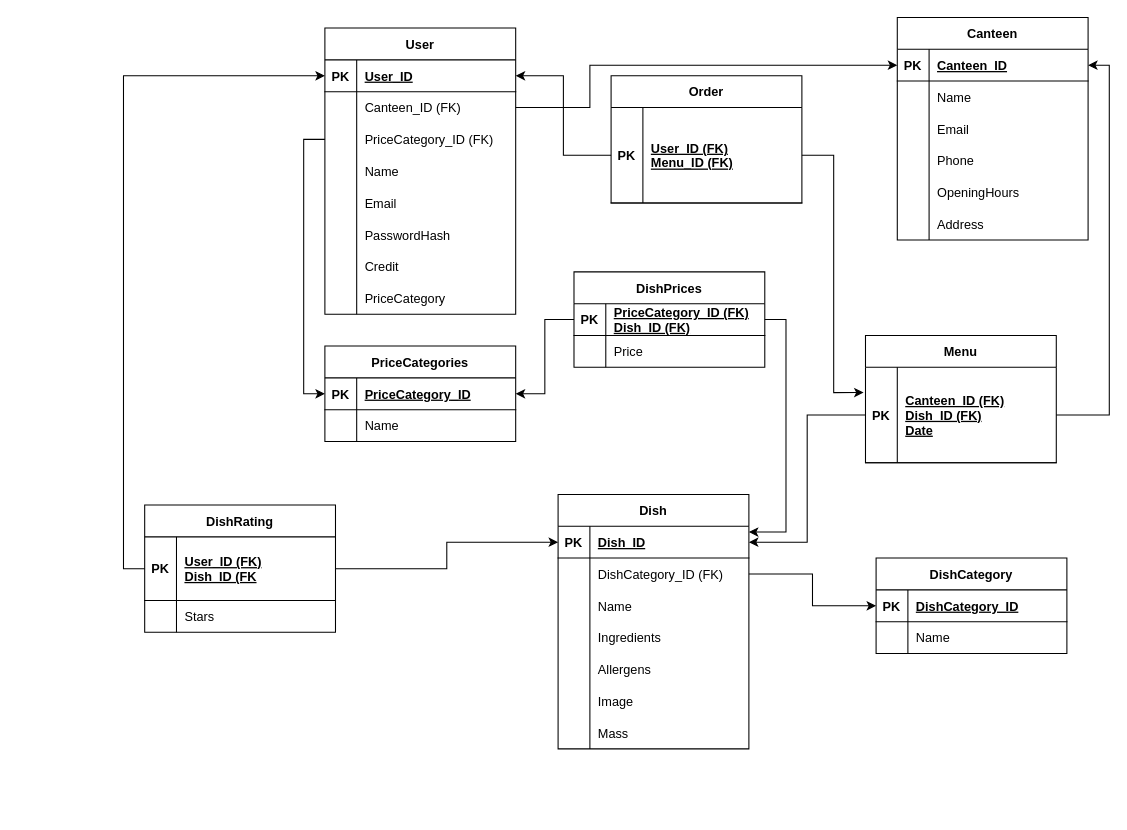
Before: backend/schema_databaze.drawio in MarekHavel/ITU, a draw.io diagram. Source tidied: cells renumbered, new cells numbered last; positions are measured from the earlier drawing's top-left corner, leaving out a move shared by most shapes. Both pictures are drawn from the tidied source at 106%, with x=0, y=0 at pixel (144, 17).
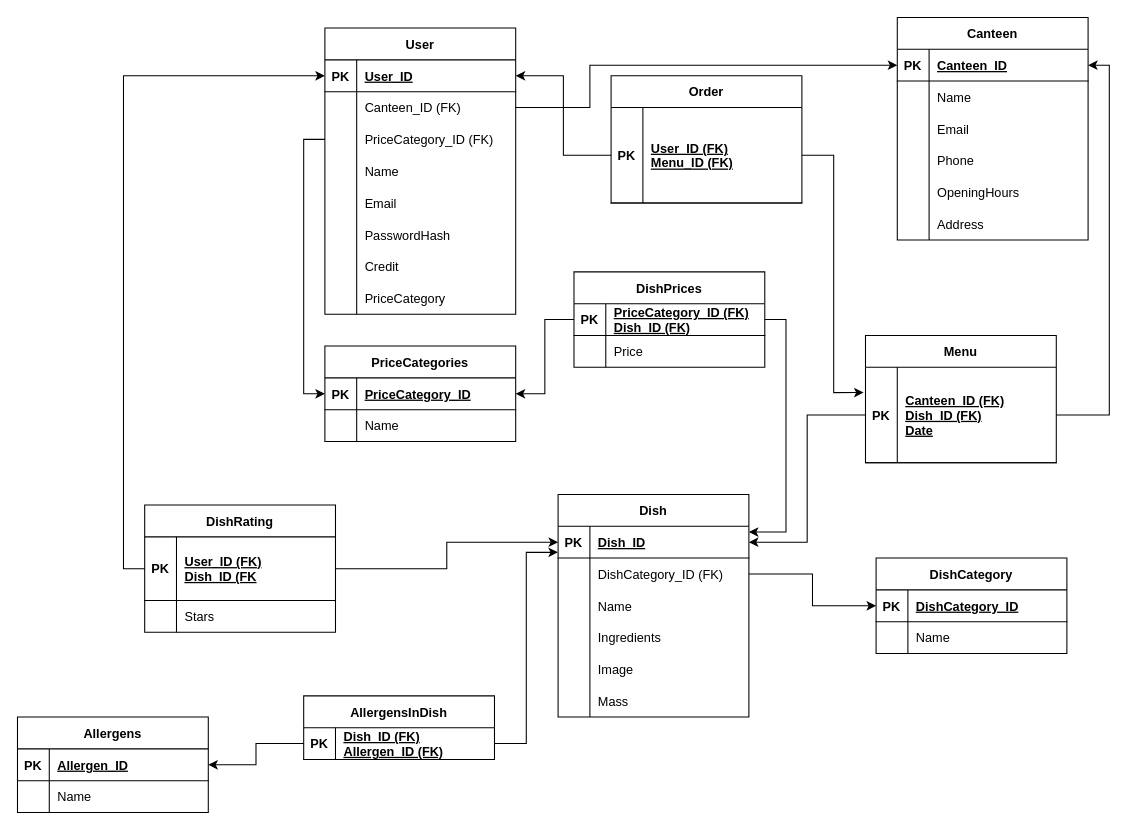
The same page after the edit.

Commit message:
Update schéma databáze, aby reflektovala současný stav

The change refers to these unchanged cells:
```xml
<mxCell id="47" style="shape=tableRow;horizontal=0;startSize=0;swimlaneHead=0;swimlaneBody=0;fillColor=none;points=[[0,0.5],[1,0.5]];portConstraint=eastwest;top=0;left=0;right=0;bottom=1;" parent="46" vertex="1">
  <mxGeometry y="30" width="180" height="30" as="geometry" />
</mxCell>
```

What changed in the source:
```diff
@@
     <mxCell id="46" value="Dish" style="shape=table;startSize=30;childLayout=tableLayout;rowLines=0;fontStyle=1;align=center;" parent="1" vertex="1">
-      <mxGeometry x="390" y="450" width="180" height="240" as="geometry" />
+      <mxGeometry x="390" y="450" width="180" height="210" as="geometry" />
     </mxCell>
@@
-    <mxCell id="59" style="shape=tableRow;horizontal=0;startSize=0;swimlaneHead=0;swimlaneBody=0;fillColor=none;top=0;left=0;right=0;bottom=0;" parent="46" vertex="1">
-      <mxGeometry y="150" width="180" height="30" as="geometry" />
-    </mxCell>
-    <mxCell id="60" style="shape=partialRectangle;fillColor=none;top=0;left=0;bottom=0;right=0;overflow=hidden;" parent="59" vertex="1">
-      <mxGeometry width="30" height="30" as="geometry" />
-    </mxCell>
-    <mxCell id="61" value="Allergens" style="shape=partialRectangle;fillColor=none;top=0;left=0;bottom=0;right=0;align=left;spacingLeft=6;overflow=hidden;" parent="59" vertex="1">
-      <mxGeometry x="30" width="150" height="30" as="geometry" />
-    </mxCell>
     <mxCell id="62" style="shape=tableRow;horizontal=0;startSize=0;swimlaneHead=0;swimlaneBody=0;fillColor=none;top=0;left=0;right=0;bottom=0;" parent="46" vertex="1">
-      <mxGeometry y="180" width="180" height="30" as="geometry" />
+      <mxGeometry y="150" width="180" height="30" as="geometry" />
     </mxCell>
@@
     <mxCell id="65" style="shape=tableRow;horizontal=0;startSize=0;swimlaneHead=0;swimlaneBody=0;fillColor=none;top=0;left=0;right=0;bottom=0;" parent="46" vertex="1">
-      <mxGeometry y="210" width="180" height="30" as="geometry" />
+      <mxGeometry y="180" width="180" height="30" as="geometry" />
     </mxCell>
@@
+    <mxCell id="61" value="Allergens" style="shape=table;startSize=30;childLayout=tableLayout;rowLines=0;fontStyle=1;align=center;" parent="1" vertex="1">
+      <mxGeometry x="-120" y="660" width="180" height="90" as="geometry" />
+    </mxCell>
+    <mxCell id="116" style="shape=tableRow;horizontal=0;startSize=0;swimlaneHead=0;swimlaneBody=0;fillColor=none;points=[[0,0.5],[1,0.5]];portConstraint=eastwest;top=0;left=0;right=0;bottom=1;" parent="61" vertex="1">
+      <mxGeometry y="30" width="180" height="30" as="geometry" />
+    </mxCell>
+    <mxCell id="117" value="PK" style="shape=partialRectangle;fillColor=none;top=0;left=0;bottom=0;right=0;fontStyle=1;overflow=hidden;" parent="116" vertex="1">
+      <mxGeometry width="30" height="30" as="geometry" />
+    </mxCell>
+    <mxCell id="118" value="Allergen_ID" style="shape=partialRectangle;fillColor=none;top=0;left=0;bottom=0;right=0;align=left;spacingLeft=6;fontStyle=5;overflow=hidden;" parent="116" vertex="1">
+      <mxGeometry x="30" width="150" height="30" as="geometry" />
+    </mxCell>
+    <mxCell id="119" style="shape=tableRow;horizontal=0;startSize=0;swimlaneHead=0;swimlaneBody=0;fillColor=none;top=0;left=0;right=0;bottom=0;" parent="61" vertex="1">
+      <mxGeometry y="60" width="180" height="30" as="geometry" />
+    </mxCell>
+    <mxCell id="60" style="shape=partialRectangle;fillColor=none;top=0;left=0;bottom=0;right=0;overflow=hidden;" parent="119" vertex="1">
+      <mxGeometry width="30" height="30" as="geometry" />
+    </mxCell>
+    <mxCell id="120" value="Name" style="shape=partialRectangle;fillColor=none;top=0;left=0;bottom=0;right=0;align=left;spacingLeft=6;overflow=hidden;" parent="119" vertex="1">
+      <mxGeometry x="30" width="150" height="30" as="geometry" />
+    </mxCell>
+    <mxCell id="121" value="AllergensInDish" style="shape=table;startSize=30;childLayout=tableLayout;rowLines=0;fontStyle=1;align=center;" parent="1" vertex="1">
+      <mxGeometry x="150" y="640" width="180" height="60" as="geometry" />
+    </mxCell>
+    <mxCell id="122" style="shape=tableRow;horizontal=0;startSize=0;swimlaneHead=0;swimlaneBody=0;fillColor=none;points=[[0,0.5],[1,0.5]];portConstraint=eastwest;top=0;left=0;right=0;bottom=1;" parent="121" vertex="1">
+      <mxGeometry y="30" width="180" height="30" as="geometry" />
+    </mxCell>
+    <mxCell id="123" value="PK" style="shape=partialRectangle;fillColor=none;top=0;left=0;bottom=0;right=0;fontStyle=1;overflow=hidden;" parent="122" vertex="1">
+      <mxGeometry width="30" height="30" as="geometry" />
+    </mxCell>
+    <mxCell id="124" value="Dish_ID (FK)&#10;Allergen_ID (FK)" style="shape=partialRectangle;fillColor=none;top=0;left=0;bottom=0;right=0;align=left;spacingLeft=6;fontStyle=5;overflow=hidden;" parent="122" vertex="1">
+      <mxGeometry x="30" width="150" height="30" as="geometry" />
+    </mxCell>
+    <mxCell id="125" style="edgeStyle=orthogonalEdgeStyle;rounded=0;jettySize=auto;html=1;exitX=0;exitY=0.5;exitDx=0;exitDy=0;entryX=1;entryY=0.5;entryDx=0;entryDy=0;" parent="1" edge="1" source="122" target="116">
+      <mxGeometry relative="1" as="geometry" />
+    </mxCell>
+    <mxCell id="126" style="edgeStyle=orthogonalEdgeStyle;rounded=0;jettySize=auto;html=1;exitX=1;exitY=0.5;exitDx=0;exitDy=0;entryX=-0.001;entryY=0.82;entryDx=0;entryDy=0;entryPerimeter=0;" parent="1" edge="1" source="122" target="47">
+      <mxGeometry relative="1" as="geometry" />
+    </mxCell>
```
